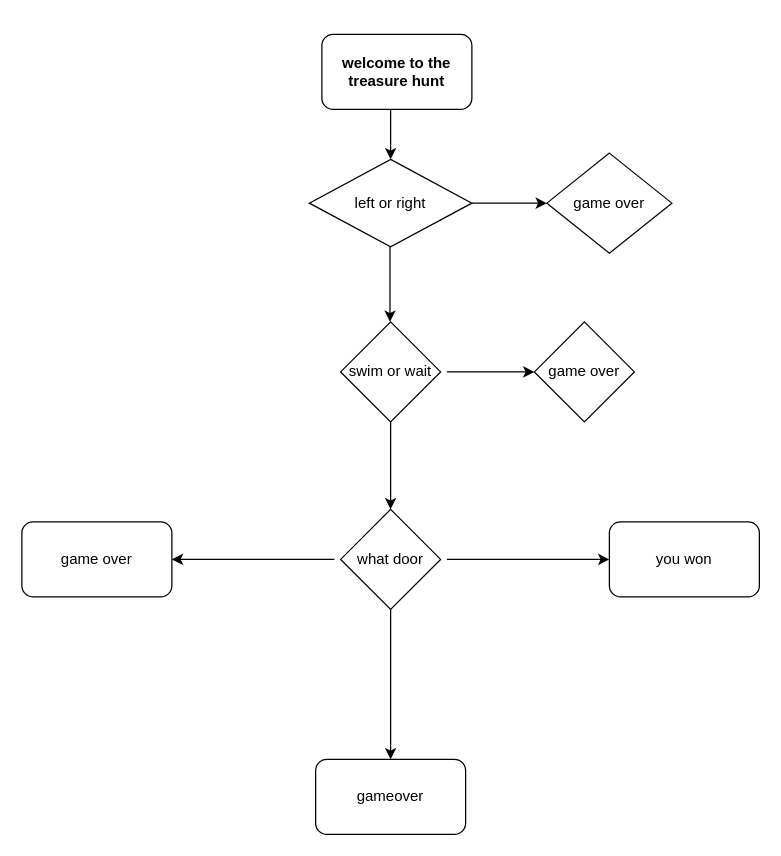
This is Untitled Diagram.drawio from asit0404/PROJ.PY, a draw.io file, before an edit. Source tidied: cells renumbered, new cells numbered last; positions are measured from the earlier drawing's top-left corner, leaving out a move shared by most shapes. Both pictures are drawn from the tidied source at 125%, with x=0, y=0 at pixel (21, 34).
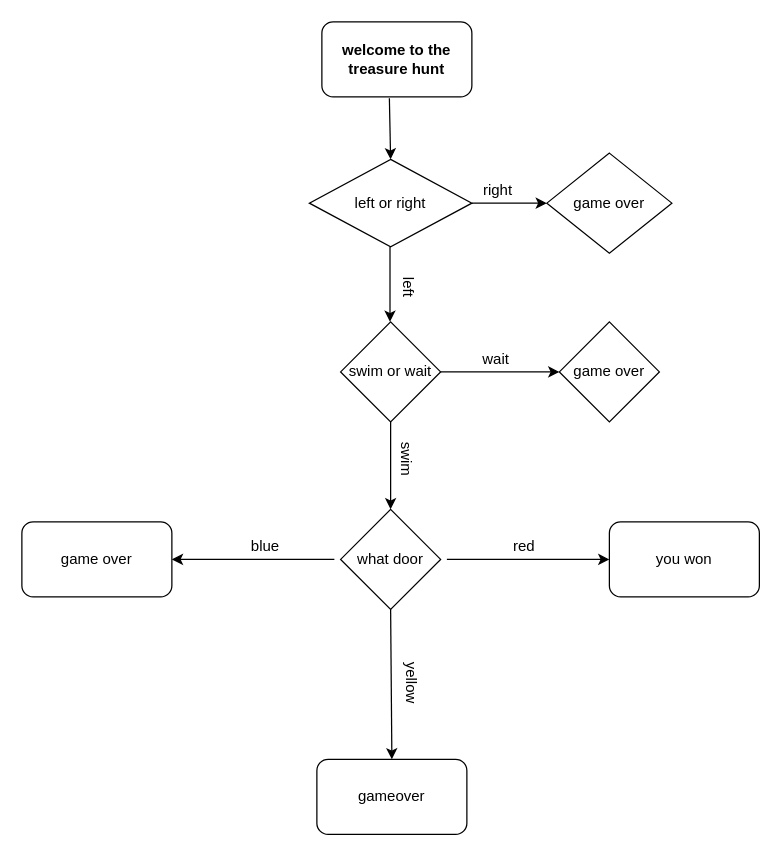
The same page after the edit.

The change refers to these unchanged cells:
```xml
<mxCell id="4" value="left or right" style="rhombus;whiteSpace=wrap;html=1;labelBackgroundColor=none;" parent="1" vertex="1">
  <mxGeometry x="230" y="100" width="130" height="70" as="geometry" />
</mxCell>
<mxCell id="9" value="swim or wait" style="rhombus;whiteSpace=wrap;html=1;labelBackgroundColor=none;" parent="1" vertex="1">
  <mxGeometry x="255" y="230" width="80" height="80" as="geometry" />
</mxCell>
```

Diff of the diagram source:
```diff
@@
     <mxCell id="2" value="gameover" style="rounded=1;whiteSpace=wrap;html=1;labelBackgroundColor=none;" parent="1" vertex="1">
-      <mxGeometry x="235" y="580" width="120" height="60" as="geometry" />
+      <mxGeometry x="236" y="580" width="120" height="60" as="geometry" />
     </mxCell>
     <mxCell id="3" value="welcome to the treasure hunt" style="rounded=1;whiteSpace=wrap;html=1;fontStyle=1;labelBackgroundColor=none;" parent="1" vertex="1">
-      <mxGeometry x="240" width="120" height="60" as="geometry" />
+      <mxGeometry x="240" y="-10" width="120" height="60" as="geometry" />
     </mxCell>
@@
-    <mxCell id="7" style="endArrow=classic;html=1;rounded=0;entryX=0.5;entryY=0;entryDx=0;entryDy=0;labelBackgroundColor=none;fontColor=default;" parent="1" edge="1" target="4">
-      <mxGeometry relative="1" as="geometry">
-        <mxPoint x="295" y="60" as="sourcePoint" />
-      </mxGeometry>
+    <mxCell id="7" style="endArrow=classic;html=1;rounded=0;entryX=0.5;entryY=0;entryDx=0;entryDy=0;labelBackgroundColor=none;fontColor=default;exitX=0.45;exitY=1.017;exitDx=0;exitDy=0;exitPerimeter=0;" parent="1" edge="1" source="3" target="4">
+      <mxGeometry relative="1" as="geometry" />
     </mxCell>
@@
     <mxCell id="10" value="game over" style="rhombus;whiteSpace=wrap;html=1;labelBackgroundColor=none;" parent="1" vertex="1">
-      <mxGeometry x="410" y="230" width="80" height="80" as="geometry" />
+      <mxGeometry x="430" y="230" width="80" height="80" as="geometry" />
     </mxCell>
@@
-    <mxCell id="12" style="endArrow=classic;html=1;rounded=0;entryX=0;entryY=0.5;entryDx=0;entryDy=0;labelBackgroundColor=none;fontColor=default;" parent="1" edge="1" target="10">
-      <mxGeometry relative="1" as="geometry">
-        <mxPoint x="340" y="270" as="sourcePoint" />
-      </mxGeometry>
+    <mxCell id="12" style="endArrow=classic;html=1;rounded=0;entryX=0;entryY=0.5;entryDx=0;entryDy=0;labelBackgroundColor=none;fontColor=default;exitX=1;exitY=0.5;exitDx=0;exitDy=0;" parent="1" edge="1" source="9" target="10">
+      <mxGeometry relative="1" as="geometry" />
     </mxCell>
@@
+    <mxCell id="19" value="wait" style="text;html=1;align=center;verticalAlign=middle;rounded=0;fontColor=#000000;" parent="1" vertex="1">
+      <mxGeometry x="335" y="240" width="87" height="40" as="geometry" />
+    </mxCell>
+    <mxCell id="20" value="swim" style="text;html=1;align=center;verticalAlign=middle;whiteSpace=wrap;rounded=0;fontColor=#000000;rotation=90;" parent="1" vertex="1">
+      <mxGeometry x="268" y="320" width="80" height="40" as="geometry" />
+    </mxCell>
+    <mxCell id="21" value="red" style="text;html=1;align=center;verticalAlign=middle;whiteSpace=wrap;rounded=0;fontColor=#000000;" parent="1" vertex="1">
+      <mxGeometry x="335" y="370" width="134" height="80" as="geometry" />
+    </mxCell>
+    <mxCell id="22" value="blue" style="text;html=1;align=center;verticalAlign=middle;whiteSpace=wrap;rounded=0;fontColor=#000000;" parent="1" vertex="1">
+      <mxGeometry x="135" y="380" width="120" height="60" as="geometry" />
+    </mxCell>
+    <mxCell id="23" value="yellow" style="text;html=1;align=center;verticalAlign=middle;whiteSpace=wrap;rounded=0;fontColor=#000000;rotation=90;" parent="1" vertex="1">
+      <mxGeometry x="268" y="491" width="88" height="56" as="geometry" />
+    </mxCell>
+    <mxCell id="24" value="right" style="text;html=1;align=center;verticalAlign=middle;whiteSpace=wrap;rounded=0;fontColor=#000000;" parent="1" vertex="1">
+      <mxGeometry x="335" y="95" width="91.5" height="60" as="geometry" />
+    </mxCell>
+    <mxCell id="25" value="left" style="text;html=1;align=center;verticalAlign=middle;whiteSpace=wrap;rounded=0;fontColor=#000000;rotation=90;" parent="1" vertex="1">
+      <mxGeometry x="241" y="135" width="138" height="135" as="geometry" />
+    </mxCell>
```
